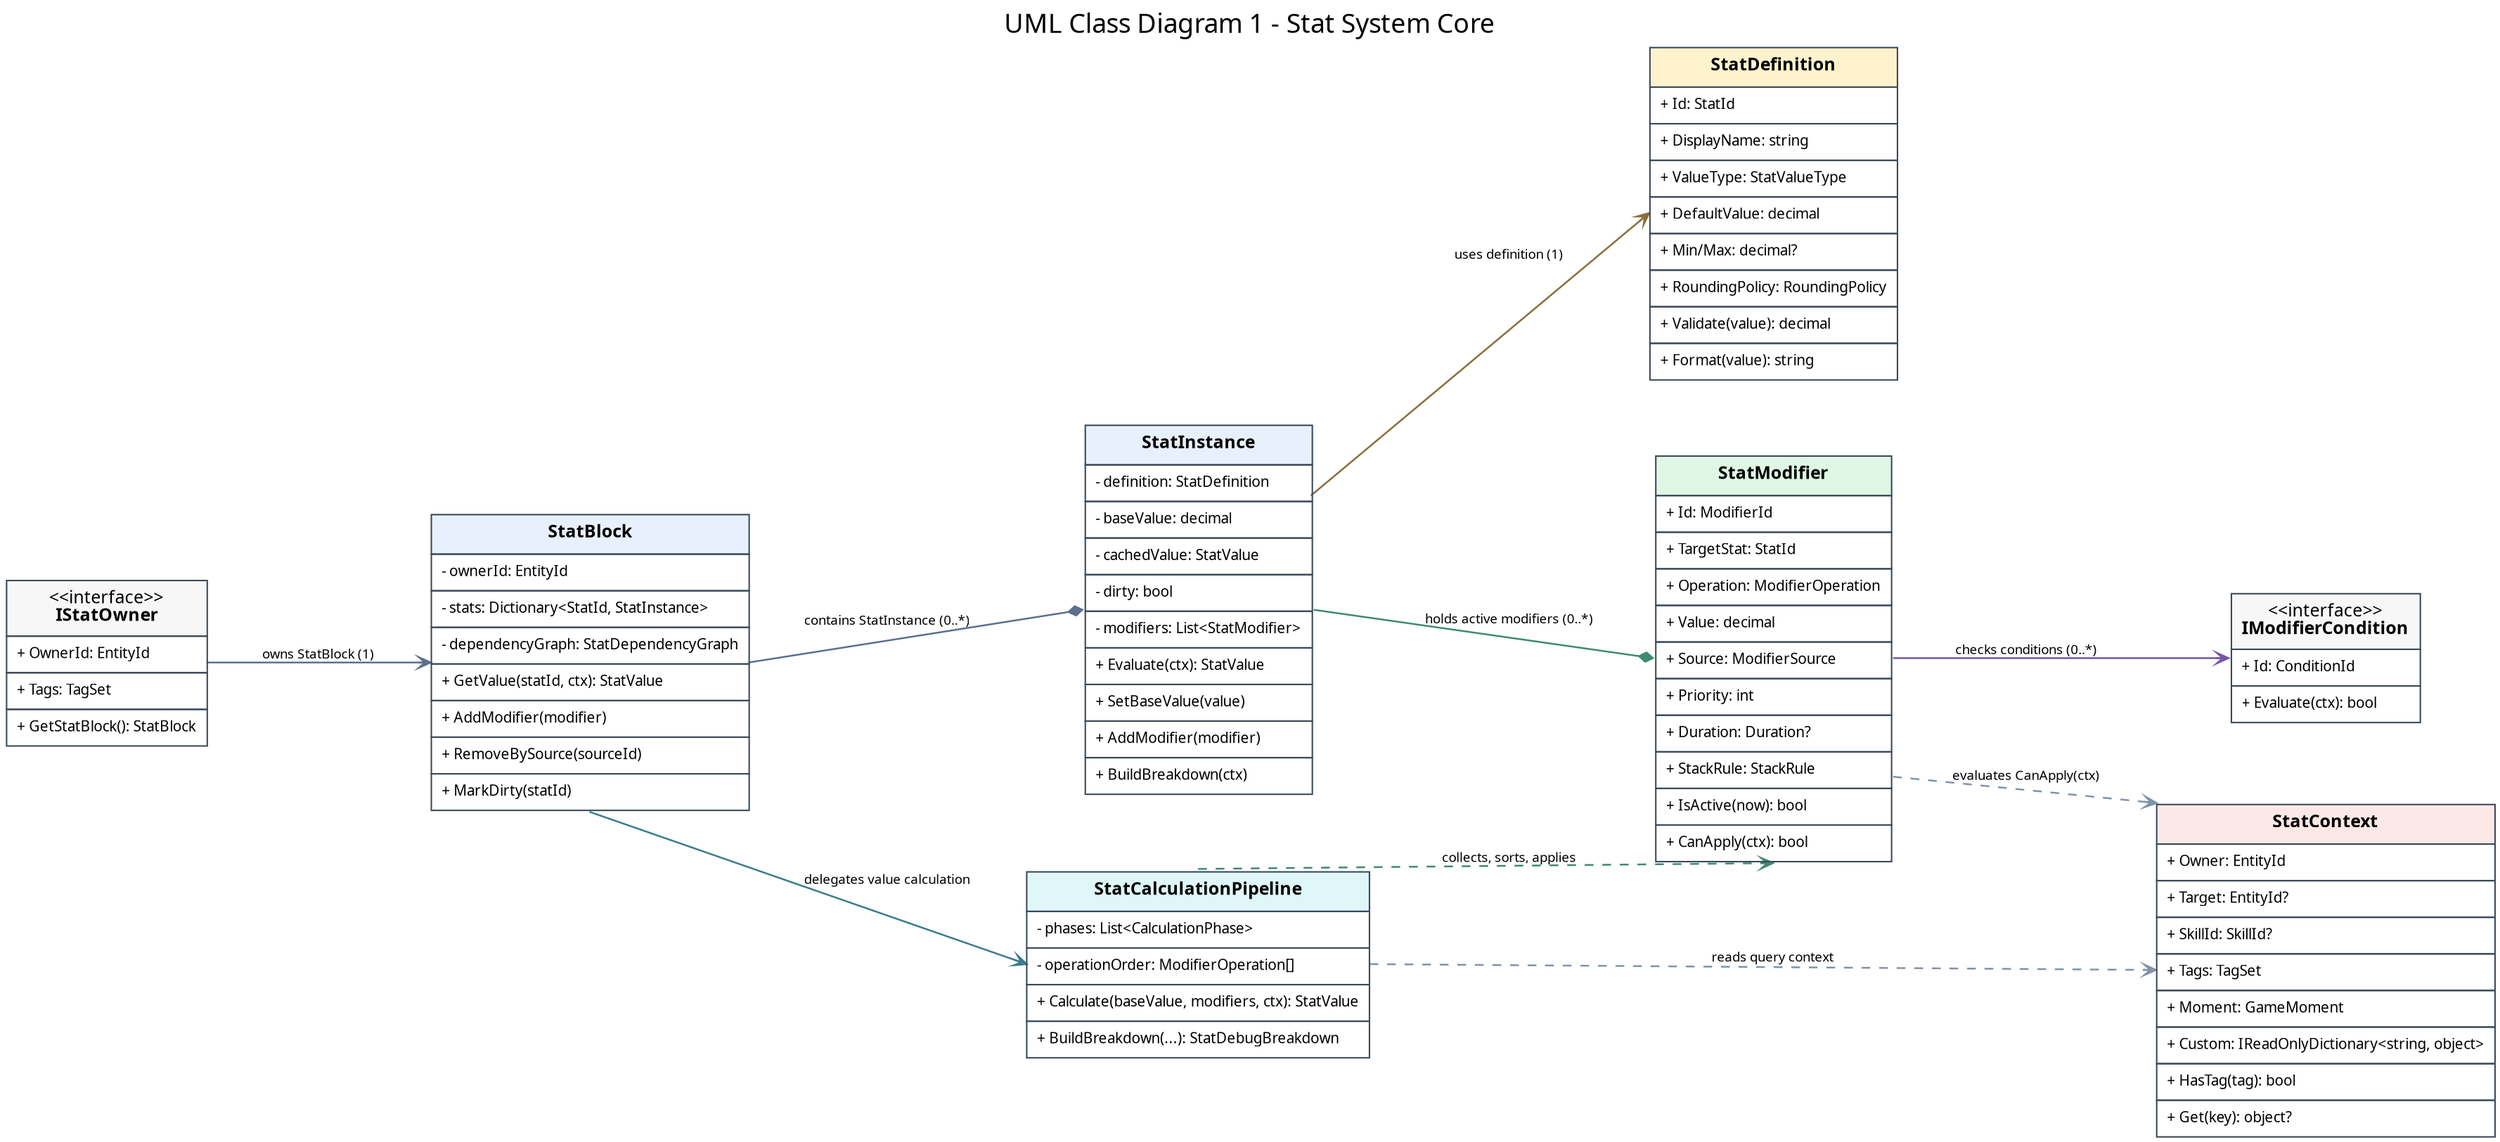
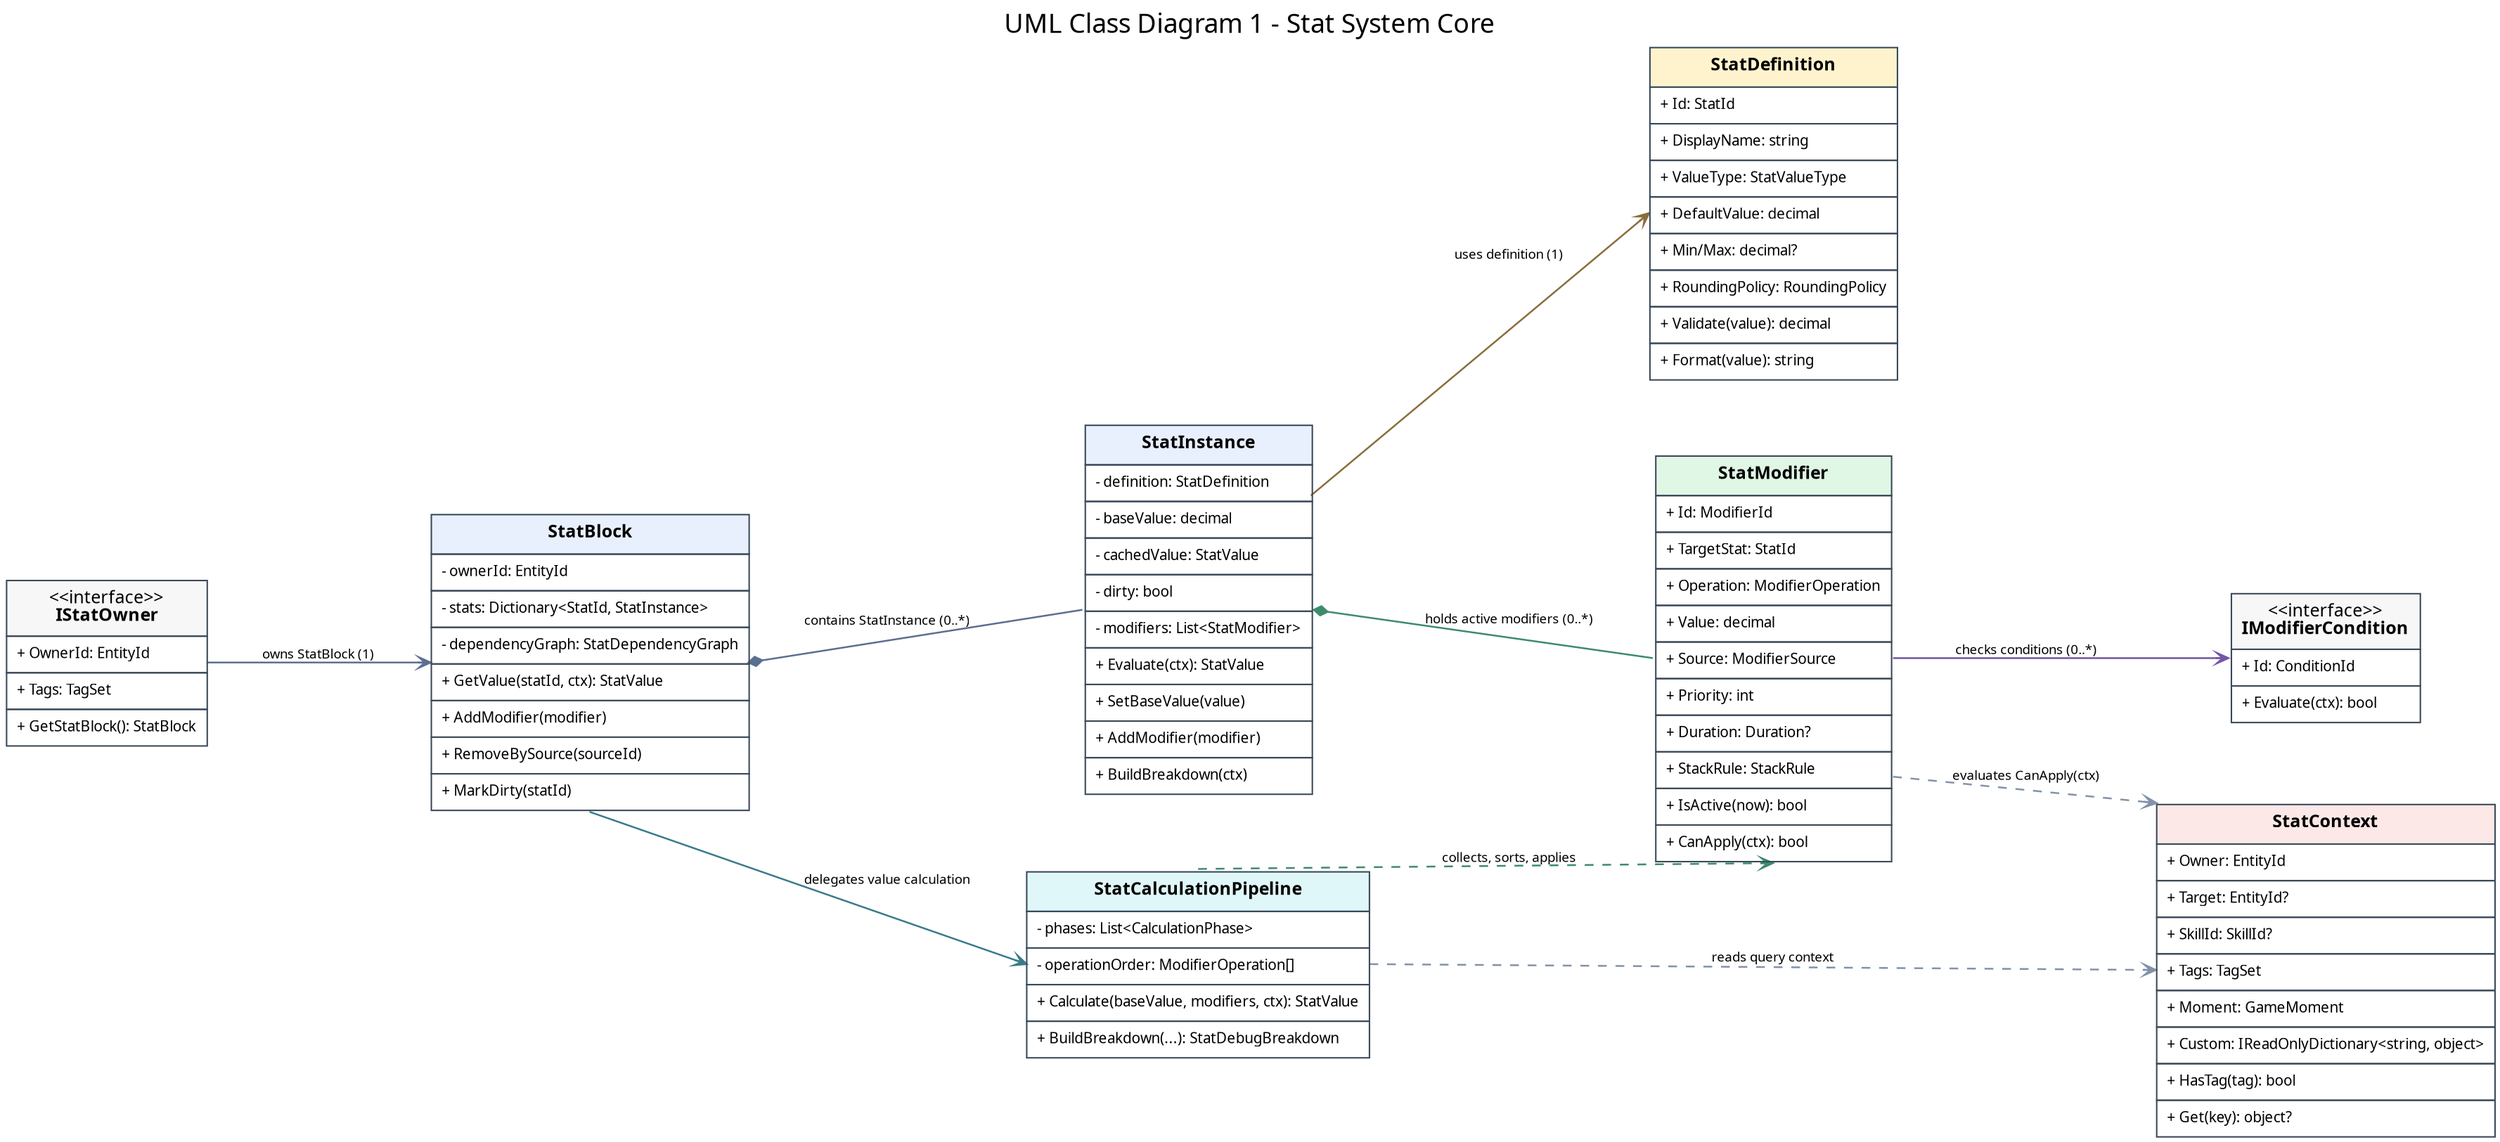
digraph CoreClassDiagram {
	graph [bgcolor=white fontname="Noto Sans KR" fontsize=18 label="UML Class Diagram 1 - Stat System Core" labelloc=t nodesep=0.72 outputorder=edgesfirst rankdir=LR ranksep=1.05 splines=polyline]
	node [fontname="Noto Sans KR" shape=plain]
	edge [arrowsize=0.8 color="#425466" fontname="Noto Sans KR" fontsize=9 penwidth=1.2]
	IStatOwner [label=<
<TABLE BORDER="0" CELLBORDER="1" CELLSPACING="0" CELLPADDING="6" COLOR="#3B4A5A">
<TR><TD BGCOLOR="#F7F7F7"><FONT POINT-SIZE="12">&lt;&lt;interface&gt;&gt;<BR/><B>IStatOwner</B></FONT></TD></TR>
<TR><TD ALIGN="LEFT"><FONT POINT-SIZE="10">+ OwnerId: EntityId</FONT></TD></TR><TR><TD ALIGN="LEFT"><FONT POINT-SIZE="10">+ Tags: TagSet</FONT></TD></TR>
<TR><TD ALIGN="LEFT"><FONT POINT-SIZE="10">+ GetStatBlock(): StatBlock</FONT></TD></TR>
</TABLE>
>]
	StatBlock [label=<
<TABLE BORDER="0" CELLBORDER="1" CELLSPACING="0" CELLPADDING="6" COLOR="#3B4A5A">
<TR><TD BGCOLOR="#E8F0FE"><FONT POINT-SIZE="12"><B>StatBlock</B></FONT></TD></TR>
<TR><TD ALIGN="LEFT"><FONT POINT-SIZE="10">- ownerId: EntityId</FONT></TD></TR><TR><TD ALIGN="LEFT"><FONT POINT-SIZE="10">- stats: Dictionary&lt;StatId, StatInstance&gt;</FONT></TD></TR><TR><TD ALIGN="LEFT"><FONT POINT-SIZE="10">- dependencyGraph: StatDependencyGraph</FONT></TD></TR>
<TR><TD ALIGN="LEFT"><FONT POINT-SIZE="10">+ GetValue(statId, ctx): StatValue</FONT></TD></TR><TR><TD ALIGN="LEFT"><FONT POINT-SIZE="10">+ AddModifier(modifier)</FONT></TD></TR><TR><TD ALIGN="LEFT"><FONT POINT-SIZE="10">+ RemoveBySource(sourceId)</FONT></TD></TR><TR><TD ALIGN="LEFT"><FONT POINT-SIZE="10">+ MarkDirty(statId)</FONT></TD></TR>
</TABLE>
>]
	StatInstance [label=<
<TABLE BORDER="0" CELLBORDER="1" CELLSPACING="0" CELLPADDING="6" COLOR="#3B4A5A">
<TR><TD BGCOLOR="#E8F0FE"><FONT POINT-SIZE="12"><B>StatInstance</B></FONT></TD></TR>
<TR><TD ALIGN="LEFT"><FONT POINT-SIZE="10">- definition: StatDefinition</FONT></TD></TR><TR><TD ALIGN="LEFT"><FONT POINT-SIZE="10">- baseValue: decimal</FONT></TD></TR><TR><TD ALIGN="LEFT"><FONT POINT-SIZE="10">- cachedValue: StatValue</FONT></TD></TR><TR><TD ALIGN="LEFT"><FONT POINT-SIZE="10">- dirty: bool</FONT></TD></TR><TR><TD ALIGN="LEFT"><FONT POINT-SIZE="10">- modifiers: List&lt;StatModifier&gt;</FONT></TD></TR>
<TR><TD ALIGN="LEFT"><FONT POINT-SIZE="10">+ Evaluate(ctx): StatValue</FONT></TD></TR><TR><TD ALIGN="LEFT"><FONT POINT-SIZE="10">+ SetBaseValue(value)</FONT></TD></TR><TR><TD ALIGN="LEFT"><FONT POINT-SIZE="10">+ AddModifier(modifier)</FONT></TD></TR><TR><TD ALIGN="LEFT"><FONT POINT-SIZE="10">+ BuildBreakdown(ctx)</FONT></TD></TR>
</TABLE>
>]
	StatDefinition [label=<
<TABLE BORDER="0" CELLBORDER="1" CELLSPACING="0" CELLPADDING="6" COLOR="#3B4A5A">
<TR><TD BGCOLOR="#FFF3CD"><FONT POINT-SIZE="12"><B>StatDefinition</B></FONT></TD></TR>
<TR><TD ALIGN="LEFT"><FONT POINT-SIZE="10">+ Id: StatId</FONT></TD></TR><TR><TD ALIGN="LEFT"><FONT POINT-SIZE="10">+ DisplayName: string</FONT></TD></TR><TR><TD ALIGN="LEFT"><FONT POINT-SIZE="10">+ ValueType: StatValueType</FONT></TD></TR><TR><TD ALIGN="LEFT"><FONT POINT-SIZE="10">+ DefaultValue: decimal</FONT></TD></TR><TR><TD ALIGN="LEFT"><FONT POINT-SIZE="10">+ Min/Max: decimal?</FONT></TD></TR><TR><TD ALIGN="LEFT"><FONT POINT-SIZE="10">+ RoundingPolicy: RoundingPolicy</FONT></TD></TR>
<TR><TD ALIGN="LEFT"><FONT POINT-SIZE="10">+ Validate(value): decimal</FONT></TD></TR><TR><TD ALIGN="LEFT"><FONT POINT-SIZE="10">+ Format(value): string</FONT></TD></TR>
</TABLE>
>]
	StatModifier [label=<
<TABLE BORDER="0" CELLBORDER="1" CELLSPACING="0" CELLPADDING="6" COLOR="#3B4A5A">
<TR><TD BGCOLOR="#DFF7E4"><FONT POINT-SIZE="12"><B>StatModifier</B></FONT></TD></TR>
<TR><TD ALIGN="LEFT"><FONT POINT-SIZE="10">+ Id: ModifierId</FONT></TD></TR><TR><TD ALIGN="LEFT"><FONT POINT-SIZE="10">+ TargetStat: StatId</FONT></TD></TR><TR><TD ALIGN="LEFT"><FONT POINT-SIZE="10">+ Operation: ModifierOperation</FONT></TD></TR><TR><TD ALIGN="LEFT"><FONT POINT-SIZE="10">+ Value: decimal</FONT></TD></TR><TR><TD ALIGN="LEFT"><FONT POINT-SIZE="10">+ Source: ModifierSource</FONT></TD></TR><TR><TD ALIGN="LEFT"><FONT POINT-SIZE="10">+ Priority: int</FONT></TD></TR><TR><TD ALIGN="LEFT"><FONT POINT-SIZE="10">+ Duration: Duration?</FONT></TD></TR><TR><TD ALIGN="LEFT"><FONT POINT-SIZE="10">+ StackRule: StackRule</FONT></TD></TR>
<TR><TD ALIGN="LEFT"><FONT POINT-SIZE="10">+ IsActive(now): bool</FONT></TD></TR><TR><TD ALIGN="LEFT"><FONT POINT-SIZE="10">+ CanApply(ctx): bool</FONT></TD></TR>
</TABLE>
>]
	StatContext [label=<
<TABLE BORDER="0" CELLBORDER="1" CELLSPACING="0" CELLPADDING="6" COLOR="#3B4A5A">
<TR><TD BGCOLOR="#FCE8E6"><FONT POINT-SIZE="12"><B>StatContext</B></FONT></TD></TR>
<TR><TD ALIGN="LEFT"><FONT POINT-SIZE="10">+ Owner: EntityId</FONT></TD></TR><TR><TD ALIGN="LEFT"><FONT POINT-SIZE="10">+ Target: EntityId?</FONT></TD></TR><TR><TD ALIGN="LEFT"><FONT POINT-SIZE="10">+ SkillId: SkillId?</FONT></TD></TR><TR><TD ALIGN="LEFT"><FONT POINT-SIZE="10">+ Tags: TagSet</FONT></TD></TR><TR><TD ALIGN="LEFT"><FONT POINT-SIZE="10">+ Moment: GameMoment</FONT></TD></TR><TR><TD ALIGN="LEFT"><FONT POINT-SIZE="10">+ Custom: IReadOnlyDictionary&lt;string, object&gt;</FONT></TD></TR>
<TR><TD ALIGN="LEFT"><FONT POINT-SIZE="10">+ HasTag(tag): bool</FONT></TD></TR><TR><TD ALIGN="LEFT"><FONT POINT-SIZE="10">+ Get(key): object?</FONT></TD></TR>
</TABLE>
>]
	IModifierCondition [label=<
<TABLE BORDER="0" CELLBORDER="1" CELLSPACING="0" CELLPADDING="6" COLOR="#3B4A5A">
<TR><TD BGCOLOR="#F7F7F7"><FONT POINT-SIZE="12">&lt;&lt;interface&gt;&gt;<BR/><B>IModifierCondition</B></FONT></TD></TR>
<TR><TD ALIGN="LEFT"><FONT POINT-SIZE="10">+ Id: ConditionId</FONT></TD></TR>
<TR><TD ALIGN="LEFT"><FONT POINT-SIZE="10">+ Evaluate(ctx): bool</FONT></TD></TR>
</TABLE>
>]
	CalculationPipeline [label=<
<TABLE BORDER="0" CELLBORDER="1" CELLSPACING="0" CELLPADDING="6" COLOR="#3B4A5A">
<TR><TD BGCOLOR="#E0F7FA"><FONT POINT-SIZE="12"><B>StatCalculationPipeline</B></FONT></TD></TR>
<TR><TD ALIGN="LEFT"><FONT POINT-SIZE="10">- phases: List&lt;CalculationPhase&gt;</FONT></TD></TR><TR><TD ALIGN="LEFT"><FONT POINT-SIZE="10">- operationOrder: ModifierOperation[]</FONT></TD></TR>
<TR><TD ALIGN="LEFT"><FONT POINT-SIZE="10">+ Calculate(baseValue, modifiers, ctx): StatValue</FONT></TD></TR><TR><TD ALIGN="LEFT"><FONT POINT-SIZE="10">+ BuildBreakdown(...): StatDebugBreakdown</FONT></TD></TR>
</TABLE>
>]
	IStatOwner:e -> StatBlock:w [label="owns StatBlock (1)" arrowhead=vee color="#5B6F8F"]
- 	StatBlock:e -> StatInstance:w [label="contains StatInstance (0..*)" arrowhead=diamond color="#5B6F8F"]
+ 	StatBlock:e -> StatInstance:w [label="contains StatInstance (0..*)" dir=both arrowtail=diamond arrowhead=none color="#5B6F8F"]
	StatInstance:ne -> StatDefinition:w [label="uses definition (1)" arrowhead=vee color="#8A6D3B"]
- 	StatInstance:e -> StatModifier:w [label="holds active modifiers (0..*)" arrowhead=diamond color="#3D8B6D"]
+ 	StatInstance:e -> StatModifier:w [label="holds active modifiers (0..*)" dir=both arrowtail=diamond arrowhead=none color="#3D8B6D"]
	StatModifier:e -> IModifierCondition:w [label="checks conditions (0..*)" arrowhead=vee color="#7257A6"]
	StatBlock:s -> CalculationPipeline:w [label="delegates value calculation" arrowhead=vee color="#397B8C"]
	CalculationPipeline:e -> StatContext:w [label="reads query context" arrowhead=vee color="#8292A8" style=dashed]
	StatModifier:se -> StatContext:nw [label="evaluates CanApply(ctx)" arrowhead=vee color="#8292A8" style=dashed]
	CalculationPipeline:n -> StatModifier:s [label="collects, sorts, applies" arrowhead=vee color="#3D8B6D" style=dashed]
}
